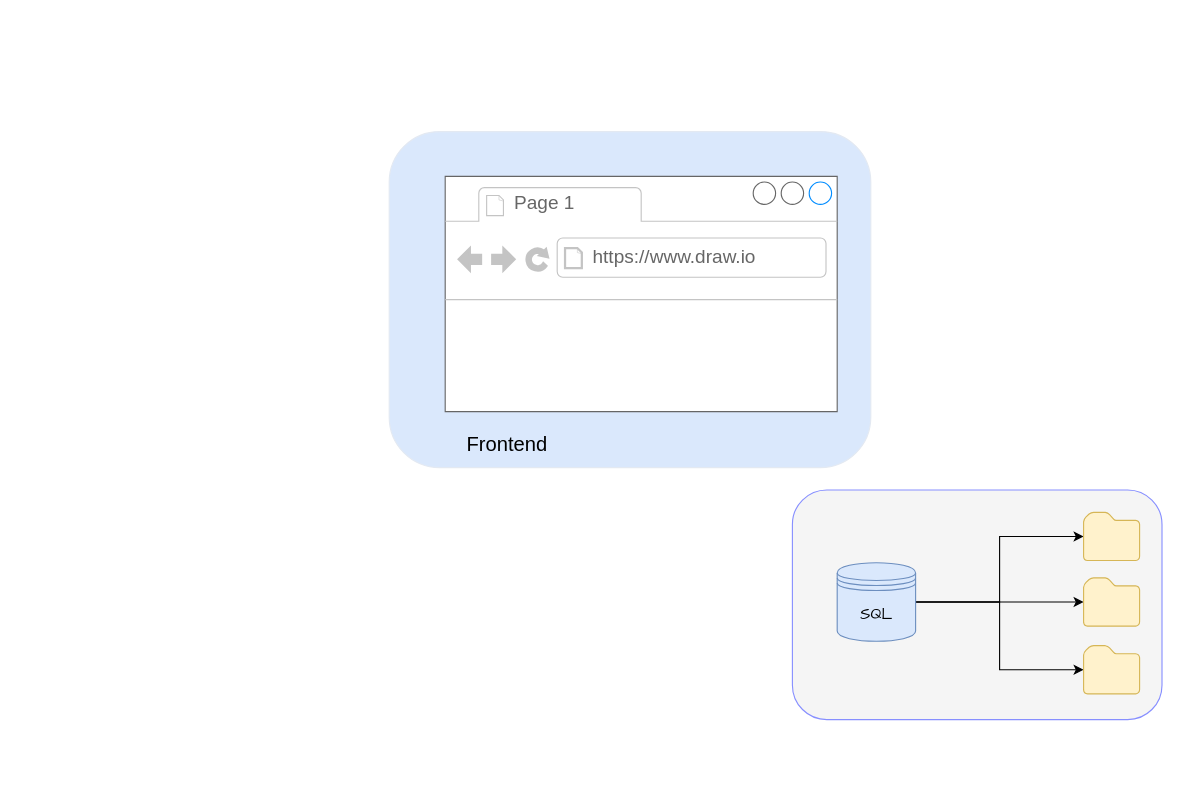
Before: hrc.drawio in sagnikghoshcr7/Draw.io, a draw.io diagram. Source tidied: cells renumbered, new cells numbered last; positions are measured from the earlier drawing's top-left corner, leaving out a move shared by most shapes. Both pictures are drawn from the tidied source at 112%, with x=0, y=0 at pixel (389, 131).
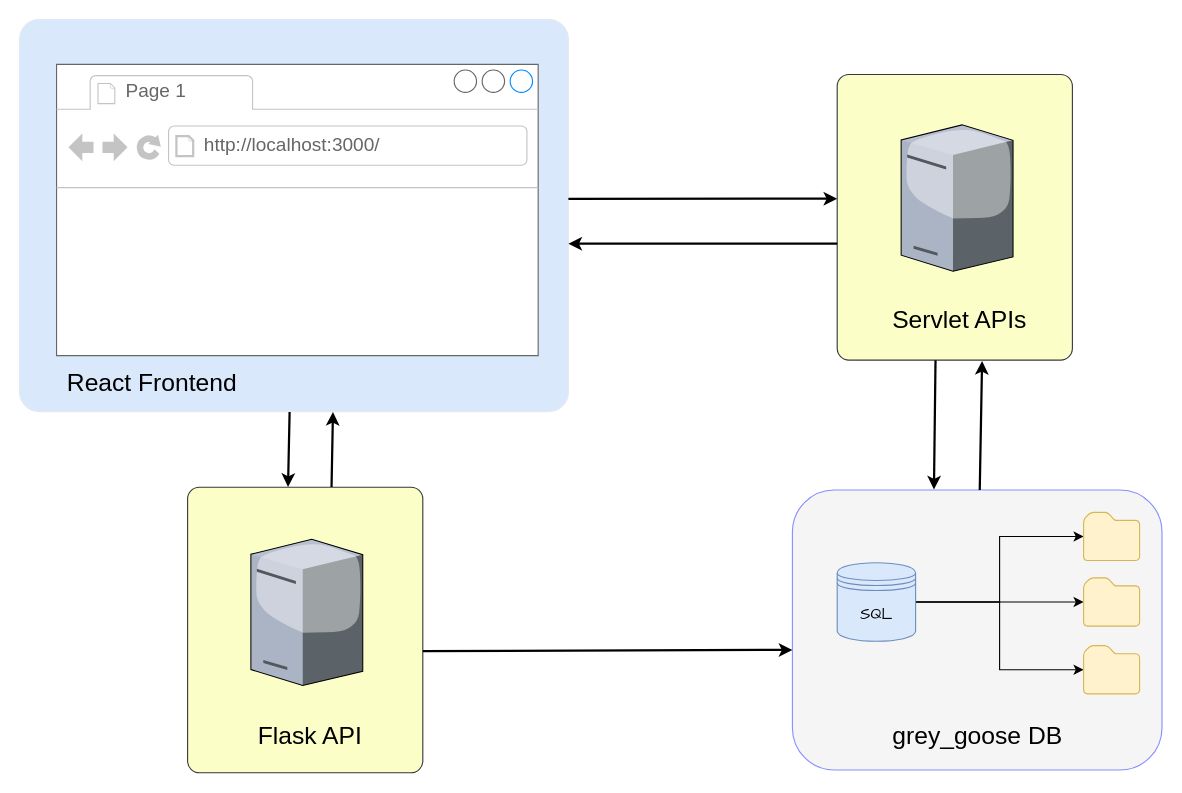
After the change.

What changed in the source:
```diff
@@
     <mxCell id="2" style="rounded=1;whiteSpace=wrap;html=1;fontFamily=Comic Sans MS;fontSize=14;fillColor=#f5f5f5;strokeColor=#878FFF;fontColor=#333333;shadow=0;glass=0;sketch=0;" parent="1" vertex="1">
-      <mxGeometry x="360" y="320" width="330" height="205" as="geometry" />
+      <mxGeometry x="360" y="320" width="330" height="250" as="geometry" />
     </mxCell>
@@
-    <mxCell id="11" style="rounded=1;whiteSpace=wrap;html=1;shadow=0;glass=0;sketch=0;fontFamily=Comic Sans MS;fontSize=14;strokeColor=#E3E9F2;fillColor=#dae8fc;" parent="1" vertex="1">
-      <mxGeometry width="430" height="300" as="geometry" />
+    <mxCell id="11" style="rounded=1;whiteSpace=wrap;html=1;shadow=0;glass=0;sketch=0;fontFamily=Comic Sans MS;fontSize=14;strokeColor=#E3E9F2;fillColor=#dae8fc;arcSize=5;" parent="1" vertex="1">
+      <mxGeometry x="-330" y="-100" width="490" height="350" as="geometry" />
     </mxCell>
-    <mxCell id="12" value="Frontend" style="text;html=1;align=center;verticalAlign=middle;strokeColor=none;fillColor=none;fontSize=18;fontFamily=Helvetica;" parent="1" vertex="1">
-      <mxGeometry x="60" y="265" width="90" height="30" as="geometry" />
-    </mxCell>
     <mxCell id="13" style="strokeWidth=1;shadow=0;dashed=0;align=center;html=1;shape=mxgraph.mockup.containers.browserWindow;rSize=0;strokeColor=#666666;strokeColor2=#008cff;strokeColor3=#c4c4c4;mainText=,;fontFamily=Helvetica;fontSize=18;" parent="1" vertex="1">
-      <mxGeometry x="50" y="40" width="350" height="210" as="geometry" />
+      <mxGeometry x="-297" y="-60" width="430" height="260" as="geometry" />
     </mxCell>
@@
-    <mxCell id="15" value="https://www.draw.io" style="strokeWidth=1;shadow=0;dashed=0;align=center;html=1;shape=mxgraph.mockup.containers.anchor;rSize=0;fontSize=17;fontColor=#666666;align=left;fontFamily=Helvetica;" parent="13" vertex="1">
+    <mxCell id="15" value="http://localhost:3000/" style="strokeWidth=1;shadow=0;dashed=0;align=center;html=1;shape=mxgraph.mockup.containers.anchor;rSize=0;fontSize=17;fontColor=#666666;align=left;fontFamily=Helvetica;" parent="13" vertex="1">
       <mxGeometry x="130" y="60" width="250" height="26" as="geometry" />
     </mxCell>
+    <mxCell id="12" value="React Frontend" style="text;html=1;align=center;verticalAlign=middle;strokeColor=none;fillColor=none;fontSize=22;fontFamily=Helvetica;" parent="1" vertex="1">
+      <mxGeometry x="-297" y="210" width="170" height="30" as="geometry" />
+    </mxCell>
+    <mxCell id="16" value="grey_goose DB" style="text;html=1;align=center;verticalAlign=middle;strokeColor=none;fillColor=none;fontSize=22;fontFamily=Helvetica;" parent="1" vertex="1">
+      <mxGeometry x="440" y="525" width="170" height="30" as="geometry" />
+    </mxCell>
+    <mxCell id="17" style="group;" parent="1" vertex="1">
+      <mxGeometry x="400" y="-51" width="210" height="255" as="geometry" />
+    </mxCell>
+    <mxCell id="18" style="rounded=1;whiteSpace=wrap;html=1;shadow=0;glass=0;sketch=0;fontFamily=Comic Sans MS;fontSize=14;strokeColor=#36393d;fillColor=#FBFFC7;arcSize=5;" parent="17" vertex="1">
+      <mxGeometry width="210" height="255" as="geometry" />
+    </mxCell>
+    <mxCell id="19" value="Servlet APIs" style="text;html=1;align=center;verticalAlign=middle;strokeColor=none;fillColor=none;fontSize=22;fontFamily=Helvetica;" parent="17" vertex="1">
+      <mxGeometry x="39" y="205" width="140" height="30" as="geometry" />
+    </mxCell>
+    <mxCell id="20" style="verticalLabelPosition=bottom;sketch=0;html=1;verticalAlign=top;strokeColor=none;align=center;shape=mxgraph.citrix.tower_server;fontSize=22;fillColor=#FEE8FF;" parent="17" vertex="1">
+      <mxGeometry x="57.1" y="45" width="99.9" height="130.6" as="geometry" />
+    </mxCell>
+    <mxCell id="21" style="endArrow=classic;html=1;rounded=0;fontSize=22;entryX=0.383;entryY=-0.002;entryDx=0;entryDy=0;entryPerimeter=0;strokeWidth=2;exitX=0.418;exitY=1.001;exitDx=0;exitDy=0;exitPerimeter=0;" parent="1" edge="1" source="18" target="2">
+      <mxGeometry relative="1" as="geometry" />
+    </mxCell>
+    <mxCell id="22" style="endArrow=classic;html=1;rounded=0;fontSize=22;entryX=0.616;entryY=1.003;entryDx=0;entryDy=0;entryPerimeter=0;strokeWidth=2;" parent="1" edge="1" source="2" target="18">
+      <mxGeometry relative="1" as="geometry" />
+    </mxCell>
+    <mxCell id="23" style="group;" parent="1" vertex="1">
+      <mxGeometry x="-180" y="317.5" width="210" height="255" as="geometry" />
+    </mxCell>
+    <mxCell id="24" style="rounded=1;whiteSpace=wrap;html=1;shadow=0;glass=0;sketch=0;fontFamily=Comic Sans MS;fontSize=14;strokeColor=#36393d;fillColor=#FBFFC7;arcSize=5;" parent="23" vertex="1">
+      <mxGeometry width="210" height="255" as="geometry" />
+    </mxCell>
+    <mxCell id="25" style="verticalLabelPosition=bottom;sketch=0;html=1;verticalAlign=top;strokeColor=none;align=center;shape=mxgraph.citrix.tower_server;fontSize=22;fillColor=#FEE8FF;" parent="23" vertex="1">
+      <mxGeometry x="56.5" y="46.4" width="99.9" height="130.6" as="geometry" />
+    </mxCell>
+    <mxCell id="26" value="Flask API" style="text;html=1;align=center;verticalAlign=middle;strokeColor=none;fillColor=none;fontSize=22;fontFamily=Helvetica;" parent="23" vertex="1">
+      <mxGeometry x="54" y="207" width="110" height="30" as="geometry" />
+    </mxCell>
+    <mxCell id="27" style="group;" parent="1" vertex="1">
+      <mxGeometry x="160" y="60" width="240" height="40.1" as="geometry" />
+    </mxCell>
+    <mxCell id="28" style="endArrow=classic;html=1;rounded=0;fontSize=22;entryX=0;entryY=0.435;entryDx=0;entryDy=0;entryPerimeter=0;strokeWidth=2;" parent="27" edge="1" target="18">
+      <mxGeometry relative="1" as="geometry">
+        <mxPoint as="sourcePoint" />
+      </mxGeometry>
+    </mxCell>
+    <mxCell id="29" style="endArrow=classic;html=1;rounded=0;fontSize=22;entryX=0;entryY=0.435;entryDx=0;entryDy=0;entryPerimeter=0;strokeWidth=2;" parent="27" edge="1">
+      <mxGeometry relative="1" as="geometry">
+        <mxPoint x="240" y="40" as="sourcePoint" />
+        <mxPoint y="40.1" as="targetPoint" />
+      </mxGeometry>
+    </mxCell>
+    <mxCell id="30" style="endArrow=classic;html=1;rounded=0;fontSize=22;entryX=0;entryY=0.571;entryDx=0;entryDy=0;entryPerimeter=0;strokeWidth=2;exitX=1;exitY=0.574;exitDx=0;exitDy=0;exitPerimeter=0;" parent="1" edge="1" source="24" target="2">
+      <mxGeometry relative="1" as="geometry" />
+    </mxCell>
+    <mxCell id="31" style="endArrow=classic;html=1;rounded=0;fontSize=22;entryX=0.427;entryY=-0.001;entryDx=0;entryDy=0;strokeWidth=2;exitX=0.492;exitY=1.001;exitDx=0;exitDy=0;exitPerimeter=0;entryPerimeter=0;" parent="1" edge="1" source="11" target="24">
+      <mxGeometry relative="1" as="geometry" />
+    </mxCell>
+    <mxCell id="32" style="endArrow=classic;html=1;rounded=0;fontSize=22;entryX=0.571;entryY=1.001;entryDx=0;entryDy=0;entryPerimeter=0;strokeWidth=2;exitX=0.612;exitY=-0.001;exitDx=0;exitDy=0;exitPerimeter=0;" parent="1" edge="1" source="24" target="11">
+      <mxGeometry relative="1" as="geometry" />
+    </mxCell>
```
